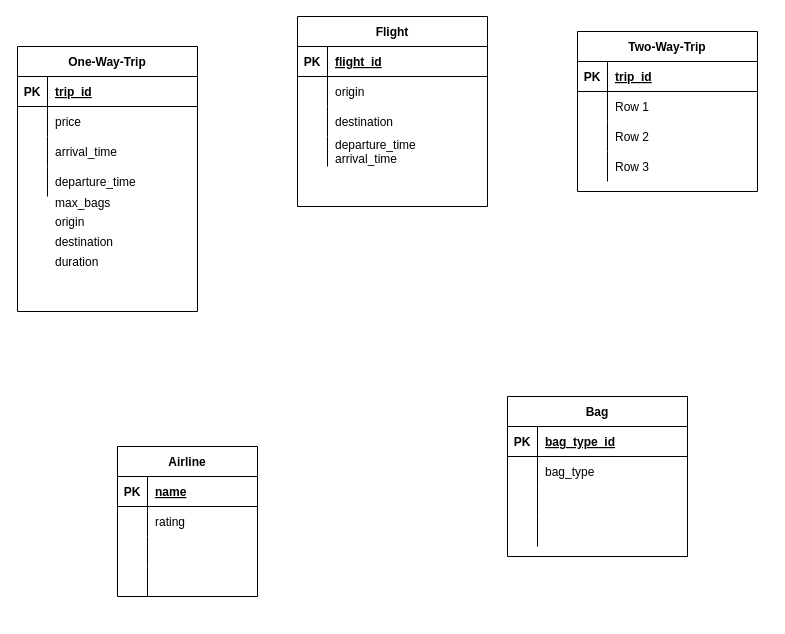
The draw.io diagram cs348HW4q2.drawio in dMahra/UCIwineAnalysis, before the edit. Source tidied: cells renumbered, new cells numbered last; positions are measured from the earlier drawing's top-left corner, leaving out a move shared by most shapes. Both pictures are drawn from the tidied source at 100%, with x=0, y=0 at pixel (17, 16).
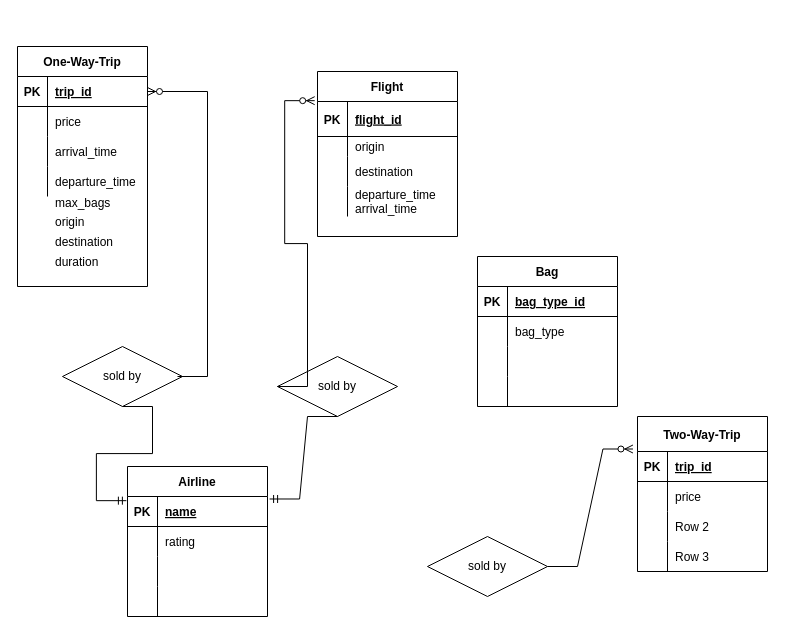
After the change.

Unchanged cells that the change refers to:
```xml
<mxCell id="46" style="shape=tableRow;horizontal=0;startSize=0;swimlaneHead=0;swimlaneBody=0;fillColor=none;points=[[0,0.5],[1,0.5]];portConstraint=eastwest;top=0;left=0;right=0;bottom=1;" parent="45" vertex="1">
  <mxGeometry y="30" width="140" height="30" as="geometry" />
</mxCell>
```

The edit, as a diff of the source:
```diff
@@
     <mxCell id="2" value="Flight" style="shape=table;startSize=30;childLayout=tableLayout;rowLines=0;fontStyle=1;align=center;" parent="1" vertex="1">
-      <mxGeometry x="280" width="190" height="190" as="geometry" />
+      <mxGeometry x="300" y="55" width="140" height="165" as="geometry" />
     </mxCell>
     <mxCell id="3" style="shape=tableRow;horizontal=0;startSize=0;swimlaneHead=0;swimlaneBody=0;fillColor=none;points=[[0,0.5],[1,0.5]];portConstraint=eastwest;top=0;left=0;right=0;bottom=1;" parent="2" vertex="1">
-      <mxGeometry y="30" width="190" height="30" as="geometry" />
+      <mxGeometry y="30" width="140" height="35" as="geometry" />
     </mxCell>
     <mxCell id="4" value="PK" style="shape=partialRectangle;fillColor=none;top=0;left=0;bottom=0;right=0;fontStyle=1;overflow=hidden;" parent="3" vertex="1">
-      <mxGeometry width="30" height="30" as="geometry" />
+      <mxGeometry width="30" height="35" as="geometry" />
     </mxCell>
     <mxCell id="5" value="flight_id" style="shape=partialRectangle;fillColor=none;top=0;left=0;bottom=0;right=0;align=left;spacingLeft=6;fontStyle=5;overflow=hidden;" parent="3" vertex="1">
-      <mxGeometry x="30" width="160" height="30" as="geometry" />
+      <mxGeometry x="30" width="110" height="35" as="geometry" />
     </mxCell>
     <mxCell id="6" style="shape=tableRow;horizontal=0;startSize=0;swimlaneHead=0;swimlaneBody=0;fillColor=none;top=0;left=0;right=0;bottom=0;" parent="2" vertex="1">
-      <mxGeometry y="60" width="190" height="30" as="geometry" />
+      <mxGeometry y="65" width="140" height="20" as="geometry" />
     </mxCell>
     <mxCell id="7" style="shape=partialRectangle;fillColor=none;top=0;left=0;bottom=0;right=0;overflow=hidden;" parent="6" vertex="1">
-      <mxGeometry width="30" height="30" as="geometry" />
+      <mxGeometry width="30" height="20" as="geometry" />
     </mxCell>
     <mxCell id="8" value="origin        " style="shape=partialRectangle;fillColor=none;top=0;left=0;bottom=0;right=0;align=left;spacingLeft=6;overflow=hidden;" parent="6" vertex="1">
-      <mxGeometry x="30" width="160" height="30" as="geometry" />
+      <mxGeometry x="30" width="110" height="20" as="geometry" />
     </mxCell>
     <mxCell id="9" style="shape=tableRow;horizontal=0;startSize=0;swimlaneHead=0;swimlaneBody=0;fillColor=none;top=0;left=0;right=0;bottom=0;" parent="2" vertex="1">
-      <mxGeometry y="90" width="190" height="30" as="geometry" />
+      <mxGeometry y="85" width="140" height="30" as="geometry" />
     </mxCell>
@@
     <mxCell id="11" value="destination" style="shape=partialRectangle;fillColor=none;top=0;left=0;bottom=0;right=0;align=left;spacingLeft=6;overflow=hidden;" parent="9" vertex="1">
-      <mxGeometry x="30" width="160" height="30" as="geometry" />
+      <mxGeometry x="30" width="110" height="30" as="geometry" />
     </mxCell>
     <mxCell id="12" style="shape=tableRow;horizontal=0;startSize=0;swimlaneHead=0;swimlaneBody=0;fillColor=none;top=0;left=0;right=0;bottom=0;" parent="2" vertex="1">
-      <mxGeometry y="120" width="190" height="30" as="geometry" />
+      <mxGeometry y="115" width="140" height="30" as="geometry" />
     </mxCell>
@@
     <mxCell id="14" value="departure_time&#10;arrival_time" style="shape=partialRectangle;fillColor=none;top=0;left=0;bottom=0;right=0;align=left;spacingLeft=6;overflow=hidden;" parent="12" vertex="1">
-      <mxGeometry x="30" width="160" height="30" as="geometry" />
+      <mxGeometry x="30" width="110" height="30" as="geometry" />
     </mxCell>
     <mxCell id="15" value="One-Way-Trip" style="shape=table;startSize=30;childLayout=tableLayout;rowLines=0;fontStyle=1;align=center;" parent="1" vertex="1">
-      <mxGeometry y="30" width="180" height="265" as="geometry" />
+      <mxGeometry y="30" width="130" height="240" as="geometry" />
     </mxCell>
     <mxCell id="16" style="shape=tableRow;horizontal=0;startSize=0;swimlaneHead=0;swimlaneBody=0;fillColor=none;points=[[0,0.5],[1,0.5]];portConstraint=eastwest;top=0;left=0;right=0;bottom=1;" parent="15" vertex="1">
-      <mxGeometry y="30" width="180" height="30" as="geometry" />
+      <mxGeometry y="30" width="130" height="30" as="geometry" />
     </mxCell>
@@
     <mxCell id="18" value="trip_id" style="shape=partialRectangle;fillColor=none;top=0;left=0;bottom=0;right=0;align=left;spacingLeft=6;fontStyle=5;overflow=hidden;" parent="16" vertex="1">
-      <mxGeometry x="30" width="150" height="30" as="geometry" />
+      <mxGeometry x="30" width="100" height="30" as="geometry" />
     </mxCell>
     <mxCell id="19" style="shape=tableRow;horizontal=0;startSize=0;swimlaneHead=0;swimlaneBody=0;fillColor=none;top=0;left=0;right=0;bottom=0;" parent="15" vertex="1">
-      <mxGeometry y="60" width="180" height="30" as="geometry" />
+      <mxGeometry y="60" width="130" height="30" as="geometry" />
     </mxCell>
@@
     <mxCell id="21" value="price    " style="shape=partialRectangle;fillColor=none;top=0;left=0;bottom=0;right=0;align=left;spacingLeft=6;overflow=hidden;" parent="19" vertex="1">
-      <mxGeometry x="30" width="150" height="30" as="geometry" />
+      <mxGeometry x="30" width="100" height="30" as="geometry" />
     </mxCell>
     <mxCell id="22" style="shape=tableRow;horizontal=0;startSize=0;swimlaneHead=0;swimlaneBody=0;fillColor=none;top=0;left=0;right=0;bottom=0;" parent="15" vertex="1">
-      <mxGeometry y="90" width="180" height="30" as="geometry" />
+      <mxGeometry y="90" width="130" height="30" as="geometry" />
     </mxCell>
@@
     <mxCell id="24" value="arrival_time" style="shape=partialRectangle;fillColor=none;top=0;left=0;bottom=0;right=0;align=left;spacingLeft=6;overflow=hidden;" parent="22" vertex="1">
-      <mxGeometry x="30" width="150" height="30" as="geometry" />
+      <mxGeometry x="30" width="100" height="30" as="geometry" />
     </mxCell>
     <mxCell id="25" style="shape=tableRow;horizontal=0;startSize=0;swimlaneHead=0;swimlaneBody=0;fillColor=none;top=0;left=0;right=0;bottom=0;" parent="15" vertex="1">
-      <mxGeometry y="120" width="180" height="30" as="geometry" />
+      <mxGeometry y="120" width="130" height="30" as="geometry" />
     </mxCell>
@@
     <mxCell id="27" value="departure_time" style="shape=partialRectangle;fillColor=none;top=0;left=0;bottom=0;right=0;align=left;spacingLeft=6;overflow=hidden;" parent="25" vertex="1">
-      <mxGeometry x="30" width="150" height="30" as="geometry" />
+      <mxGeometry x="30" width="100" height="30" as="geometry" />
     </mxCell>
-    <mxCell id="28" value="Two-Way-Trip" style="shape=table;startSize=30;childLayout=tableLayout;rowLines=0;fontStyle=1;align=center;" parent="1" vertex="1">
-      <mxGeometry x="560" y="15" width="180" height="160" as="geometry" />
+    <mxCell id="28" value="Two-Way-Trip" style="shape=table;startSize=35;childLayout=tableLayout;rowLines=0;fontStyle=1;align=center;" parent="1" vertex="1">
+      <mxGeometry x="620" y="400" width="130" height="155" as="geometry" />
     </mxCell>
     <mxCell id="29" style="shape=tableRow;horizontal=0;startSize=0;swimlaneHead=0;swimlaneBody=0;fillColor=none;points=[[0,0.5],[1,0.5]];portConstraint=eastwest;top=0;left=0;right=0;bottom=1;" parent="28" vertex="1">
-      <mxGeometry y="30" width="180" height="30" as="geometry" />
+      <mxGeometry y="35" width="130" height="30" as="geometry" />
     </mxCell>
@@
     <mxCell id="31" value="trip_id" style="shape=partialRectangle;fillColor=none;top=0;left=0;bottom=0;right=0;align=left;spacingLeft=6;fontStyle=5;overflow=hidden;" parent="29" vertex="1">
-      <mxGeometry x="30" width="150" height="30" as="geometry" />
+      <mxGeometry x="30" width="100" height="30" as="geometry" />
     </mxCell>
     <mxCell id="32" style="shape=tableRow;horizontal=0;startSize=0;swimlaneHead=0;swimlaneBody=0;fillColor=none;top=0;left=0;right=0;bottom=0;" parent="28" vertex="1">
-      <mxGeometry y="60" width="180" height="30" as="geometry" />
+      <mxGeometry y="65" width="130" height="30" as="geometry" />
     </mxCell>
@@
-    <mxCell id="34" value="Row 1" style="shape=partialRectangle;fillColor=none;top=0;left=0;bottom=0;right=0;align=left;spacingLeft=6;overflow=hidden;" parent="32" vertex="1">
-      <mxGeometry x="30" width="150" height="30" as="geometry" />
+    <mxCell id="34" value="price" style="shape=partialRectangle;fillColor=none;top=0;left=0;bottom=0;right=0;align=left;spacingLeft=6;overflow=hidden;" parent="32" vertex="1">
+      <mxGeometry x="30" width="100" height="30" as="geometry" />
     </mxCell>
     <mxCell id="35" style="shape=tableRow;horizontal=0;startSize=0;swimlaneHead=0;swimlaneBody=0;fillColor=none;top=0;left=0;right=0;bottom=0;" parent="28" vertex="1">
-      <mxGeometry y="90" width="180" height="30" as="geometry" />
+      <mxGeometry y="95" width="130" height="30" as="geometry" />
     </mxCell>
@@
     <mxCell id="37" value="Row 2" style="shape=partialRectangle;fillColor=none;top=0;left=0;bottom=0;right=0;align=left;spacingLeft=6;overflow=hidden;" parent="35" vertex="1">
-      <mxGeometry x="30" width="150" height="30" as="geometry" />
+      <mxGeometry x="30" width="100" height="30" as="geometry" />
     </mxCell>
     <mxCell id="38" style="shape=tableRow;horizontal=0;startSize=0;swimlaneHead=0;swimlaneBody=0;fillColor=none;top=0;left=0;right=0;bottom=0;" parent="28" vertex="1">
-      <mxGeometry y="120" width="180" height="30" as="geometry" />
+      <mxGeometry y="125" width="130" height="30" as="geometry" />
     </mxCell>
@@
     <mxCell id="40" value="Row 3" style="shape=partialRectangle;fillColor=none;top=0;left=0;bottom=0;right=0;align=left;spacingLeft=6;overflow=hidden;" parent="38" vertex="1">
-      <mxGeometry x="30" width="150" height="30" as="geometry" />
+      <mxGeometry x="30" width="100" height="30" as="geometry" />
     </mxCell>
@@
     <mxCell id="45" value="Airline" style="shape=table;startSize=30;childLayout=tableLayout;rowLines=0;fontStyle=1;align=center;" parent="1" vertex="1">
-      <mxGeometry x="100" y="430" width="140" height="150" as="geometry" />
+      <mxGeometry x="110" y="450" width="140" height="150" as="geometry" />
     </mxCell>
@@
     <mxCell id="58" value="Bag" style="shape=table;startSize=30;childLayout=tableLayout;rowLines=0;fontStyle=1;align=center;" parent="1" vertex="1">
-      <mxGeometry x="490" y="380" width="180" height="160" as="geometry" />
+      <mxGeometry x="460" y="240" width="140" height="150" as="geometry" />
     </mxCell>
     <mxCell id="59" style="shape=tableRow;horizontal=0;startSize=0;swimlaneHead=0;swimlaneBody=0;fillColor=none;top=0;left=0;right=0;bottom=1;" parent="58" vertex="1">
-      <mxGeometry y="30" width="180" height="30" as="geometry" />
+      <mxGeometry y="30" width="140" height="30" as="geometry" />
     </mxCell>
@@
     <mxCell id="61" value="bag_type_id" style="shape=partialRectangle;fillColor=none;top=0;left=0;bottom=0;right=0;align=left;spacingLeft=6;fontStyle=5;overflow=hidden;" parent="59" vertex="1">
-      <mxGeometry x="30" width="150" height="30" as="geometry" />
+      <mxGeometry x="30" width="110" height="30" as="geometry" />
     </mxCell>
     <mxCell id="62" style="shape=tableRow;horizontal=0;startSize=0;swimlaneHead=0;swimlaneBody=0;fillColor=none;top=0;left=0;right=0;bottom=0;" parent="58" vertex="1">
-      <mxGeometry y="60" width="180" height="30" as="geometry" />
+      <mxGeometry y="60" width="140" height="30" as="geometry" />
     </mxCell>
@@
     <mxCell id="64" value="bag_type" style="shape=partialRectangle;fillColor=none;top=0;left=0;bottom=0;right=0;align=left;spacingLeft=6;overflow=hidden;" parent="62" vertex="1">
-      <mxGeometry x="30" width="150" height="30" as="geometry" />
+      <mxGeometry x="30" width="110" height="30" as="geometry" />
     </mxCell>
     <mxCell id="65" style="shape=tableRow;horizontal=0;startSize=0;swimlaneHead=0;swimlaneBody=0;fillColor=none;top=0;left=0;right=0;bottom=0;" parent="58" vertex="1">
-      <mxGeometry y="90" width="180" height="30" as="geometry" />
+      <mxGeometry y="90" width="140" height="30" as="geometry" />
     </mxCell>
@@
     <mxCell id="67" style="shape=partialRectangle;fillColor=none;top=0;left=0;bottom=0;right=0;align=left;spacingLeft=6;overflow=hidden;" parent="65" vertex="1">
-      <mxGeometry x="30" width="150" height="30" as="geometry" />
+      <mxGeometry x="30" width="110" height="30" as="geometry" />
     </mxCell>
     <mxCell id="68" style="shape=tableRow;horizontal=0;startSize=0;swimlaneHead=0;swimlaneBody=0;fillColor=none;top=0;left=0;right=0;bottom=0;" parent="58" vertex="1">
-      <mxGeometry y="120" width="180" height="30" as="geometry" />
+      <mxGeometry y="120" width="140" height="30" as="geometry" />
     </mxCell>
@@
     <mxCell id="70" style="shape=partialRectangle;fillColor=none;top=0;left=0;bottom=0;right=0;align=left;spacingLeft=6;overflow=hidden;" parent="68" vertex="1">
-      <mxGeometry x="30" width="150" height="30" as="geometry" />
+      <mxGeometry x="30" width="110" height="30" as="geometry" />
     </mxCell>
+    <mxCell id="71" value="sold by" style="shape=rhombus;perimeter=rhombusPerimeter;whiteSpace=wrap;html=1;align=center;" parent="1" vertex="1">
+      <mxGeometry x="260" y="340" width="120" height="60" as="geometry" />
+    </mxCell>
+    <mxCell id="72" value="sold by" style="shape=rhombus;perimeter=rhombusPerimeter;whiteSpace=wrap;html=1;align=center;" parent="1" vertex="1">
+      <mxGeometry x="45" y="330" width="120" height="60" as="geometry" />
+    </mxCell>
+    <mxCell id="73" style="edgeStyle=entityRelationEdgeStyle;fontSize=12;html=1;endArrow=ERmandOne;rounded=0;entryX=-0.008;entryY=0.139;entryDx=0;entryDy=0;entryPerimeter=0;exitX=0.5;exitY=1;exitDx=0;exitDy=0;" parent="1" edge="1" source="72" target="46">
+      <mxGeometry relative="1" as="geometry" />
+    </mxCell>
+    <mxCell id="74" style="edgeStyle=entityRelationEdgeStyle;fontSize=12;html=1;endArrow=ERzeroToMany;endFill=1;rounded=0;" parent="1" edge="1" target="16">
+      <mxGeometry relative="1" as="geometry">
+        <mxPoint x="160" y="360" as="sourcePoint" />
+      </mxGeometry>
+    </mxCell>
+    <mxCell id="75" style="edgeStyle=entityRelationEdgeStyle;fontSize=12;html=1;endArrow=ERmandOne;rounded=0;exitX=0.5;exitY=1;exitDx=0;exitDy=0;entryX=1.015;entryY=0.083;entryDx=0;entryDy=0;entryPerimeter=0;" parent="1" edge="1" source="71" target="46">
+      <mxGeometry relative="1" as="geometry" />
+    </mxCell>
+    <mxCell id="76" style="edgeStyle=entityRelationEdgeStyle;fontSize=12;html=1;endArrow=ERzeroToMany;endFill=1;rounded=0;entryX=-0.02;entryY=-0.024;entryDx=0;entryDy=0;entryPerimeter=0;exitX=0;exitY=0.5;exitDx=0;exitDy=0;" parent="1" edge="1" source="71" target="3">
+      <mxGeometry relative="1" as="geometry" />
+    </mxCell>
+    <mxCell id="77" value="sold by" style="shape=rhombus;perimeter=rhombusPerimeter;whiteSpace=wrap;html=1;align=center;" parent="1" vertex="1">
+      <mxGeometry x="410" y="520" width="120" height="60" as="geometry" />
+    </mxCell>
+    <mxCell id="78" style="edgeStyle=entityRelationEdgeStyle;fontSize=12;html=1;endArrow=ERzeroToMany;endFill=1;rounded=0;entryX=-0.035;entryY=-0.083;entryDx=0;entryDy=0;entryPerimeter=0;exitX=1;exitY=0.5;exitDx=0;exitDy=0;" parent="1" edge="1" source="77" target="29">
+      <mxGeometry relative="1" as="geometry" />
+    </mxCell>
```
